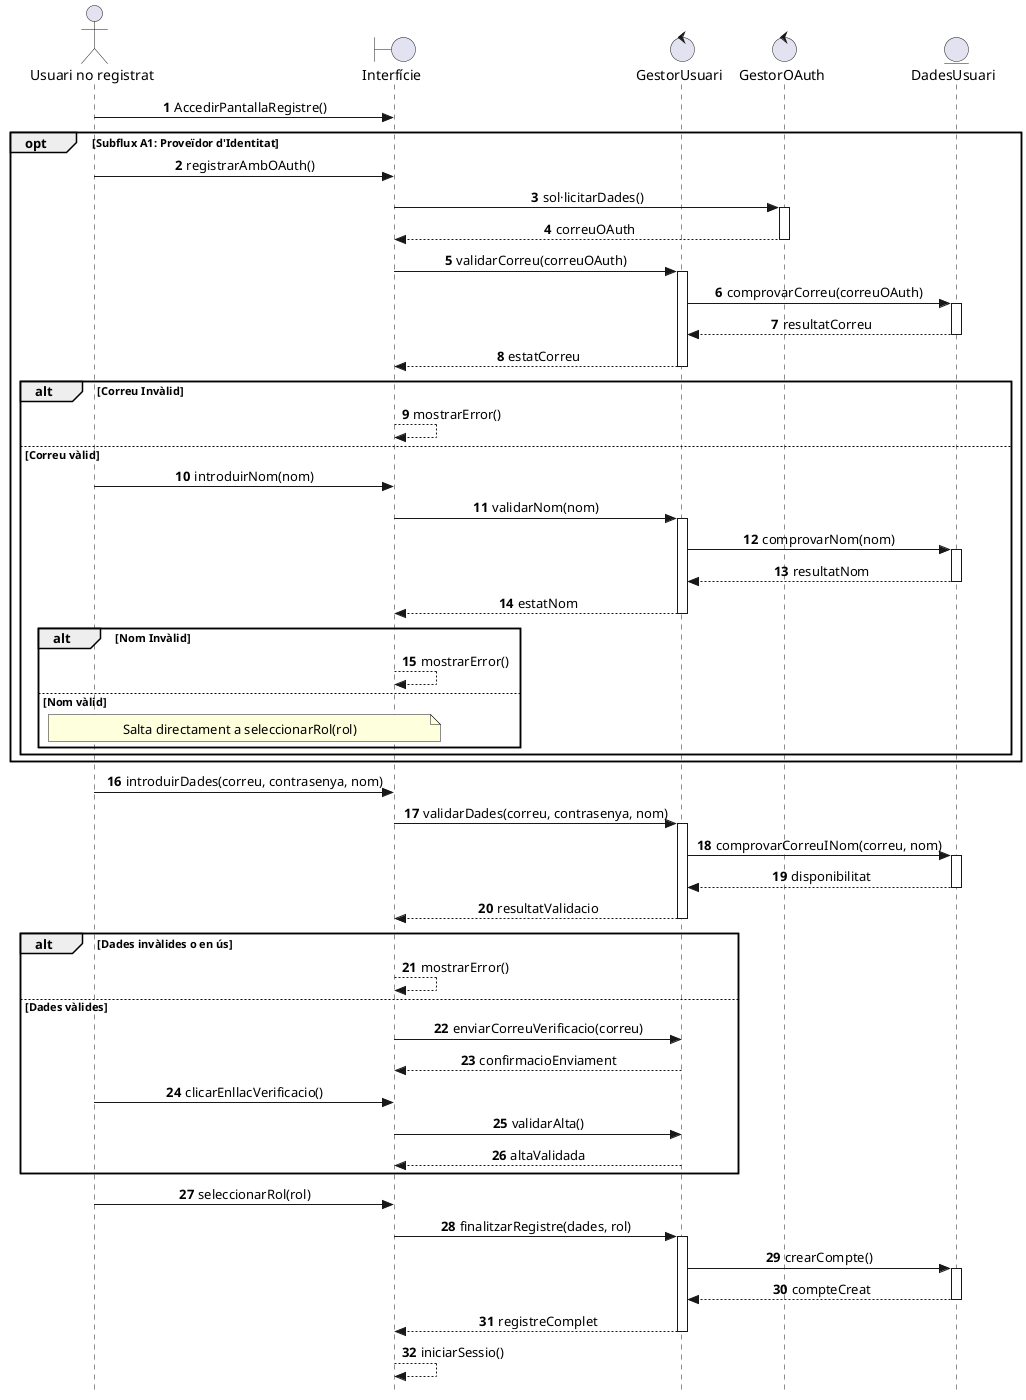
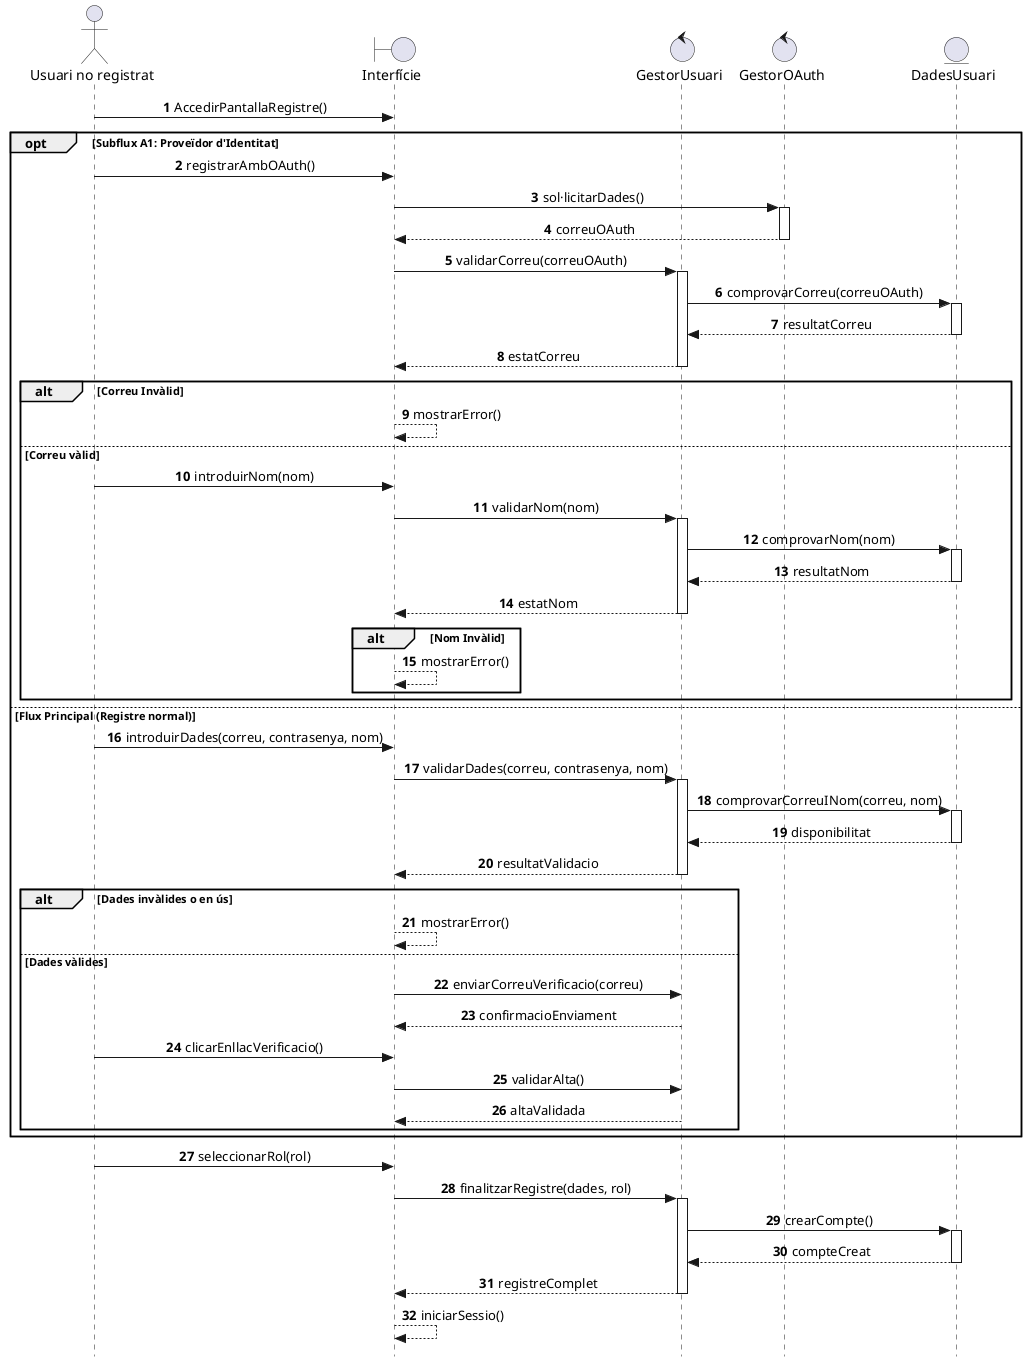
@startuml
autonumber
skinparam style strictuml
skinparam SequenceMessageAlign center

actor "Usuari no registrat" as UNR
boundary "Interfície" as Interf
control "GestorUsuari" as GestorUs
control "GestorOAuth" as OAuth
entity "DadesUsuari" as DadesUsuari

UNR -> Interf: AccedirPantallaRegistre()

opt Subflux A1: Proveïdor d'Identitat
    UNR -> Interf: registrarAmbOAuth()

    Interf -> OAuth: sol·licitarDades()
    activate OAuth
    OAuth --> Interf: correuOAuth
    deactivate OAuth

    Interf -> GestorUs: validarCorreu(correuOAuth)
    activate GestorUs
    GestorUs -> DadesUsuari: comprovarCorreu(correuOAuth)
    activate DadesUsuari
    DadesUsuari --> GestorUs: resultatCorreu
    deactivate DadesUsuari
    GestorUs --> Interf: estatCorreu
    deactivate GestorUs

    alt Correu Invàlid
        Interf --> Interf: mostrarError()
    else Correu vàlid

        UNR -> Interf: introduirNom(nom)
        Interf -> GestorUs: validarNom(nom)
        activate GestorUs
        GestorUs -> DadesUsuari: comprovarNom(nom)
        activate DadesUsuari
        DadesUsuari --> GestorUs: resultatNom
        deactivate DadesUsuari
        GestorUs --> Interf: estatNom
        deactivate GestorUs

        alt Nom Invàlid
            Interf --> Interf: mostrarError()
-         else Nom vàlid
-             note over UNR, Interf: Salta directament a seleccionarRol(rol)
        end
    end
- end
+ else Flux Principal (Registre normal)

- UNR -> Interf: introduirDades(correu, contrasenya, nom)
+   UNR -> Interf: introduirDades(correu, contrasenya, nom)

- Interf -> GestorUs: validarDades(correu, contrasenya, nom)
- activate GestorUs
- GestorUs -> DadesUsuari: comprovarCorreuINom(correu, nom)
- activate DadesUsuari
- DadesUsuari --> GestorUs: disponibilitat
- deactivate DadesUsuari
- GestorUs --> Interf: resultatValidacio
- deactivate GestorUs
+   Interf -> GestorUs: validarDades(correu, contrasenya, nom)
+   activate GestorUs
+   GestorUs -> DadesUsuari: comprovarCorreuINom(correu, nom)
+   activate DadesUsuari
+   DadesUsuari --> GestorUs: disponibilitat
+   deactivate DadesUsuari
+   GestorUs --> Interf: resultatValidacio
+   deactivate GestorUs

- alt Dades invàlides o en ús
-     Interf --> Interf: mostrarError()
- else Dades vàlides
-     Interf -> GestorUs: enviarCorreuVerificacio(correu)
-     GestorUs --> Interf: confirmacioEnviament
-     UNR -> Interf: clicarEnllacVerificacio()
-     Interf -> GestorUs: validarAlta()
-     GestorUs --> Interf: altaValidada
+   alt Dades invàlides o en ús
+       Interf --> Interf: mostrarError()
+   else Dades vàlides
+       Interf -> GestorUs: enviarCorreuVerificacio(correu)
+       GestorUs --> Interf: confirmacioEnviament
+       UNR -> Interf: clicarEnllacVerificacio()
+       Interf -> GestorUs: validarAlta()
+       GestorUs --> Interf: altaValidada
+   end
end

UNR -> Interf: seleccionarRol(rol)

Interf -> GestorUs: finalitzarRegistre(dades, rol)
activate GestorUs
GestorUs -> DadesUsuari: crearCompte()
activate DadesUsuari
DadesUsuari --> GestorUs: compteCreat
deactivate DadesUsuari
GestorUs --> Interf: registreComplet
deactivate GestorUs

Interf --> Interf: iniciarSessio()

@enduml
